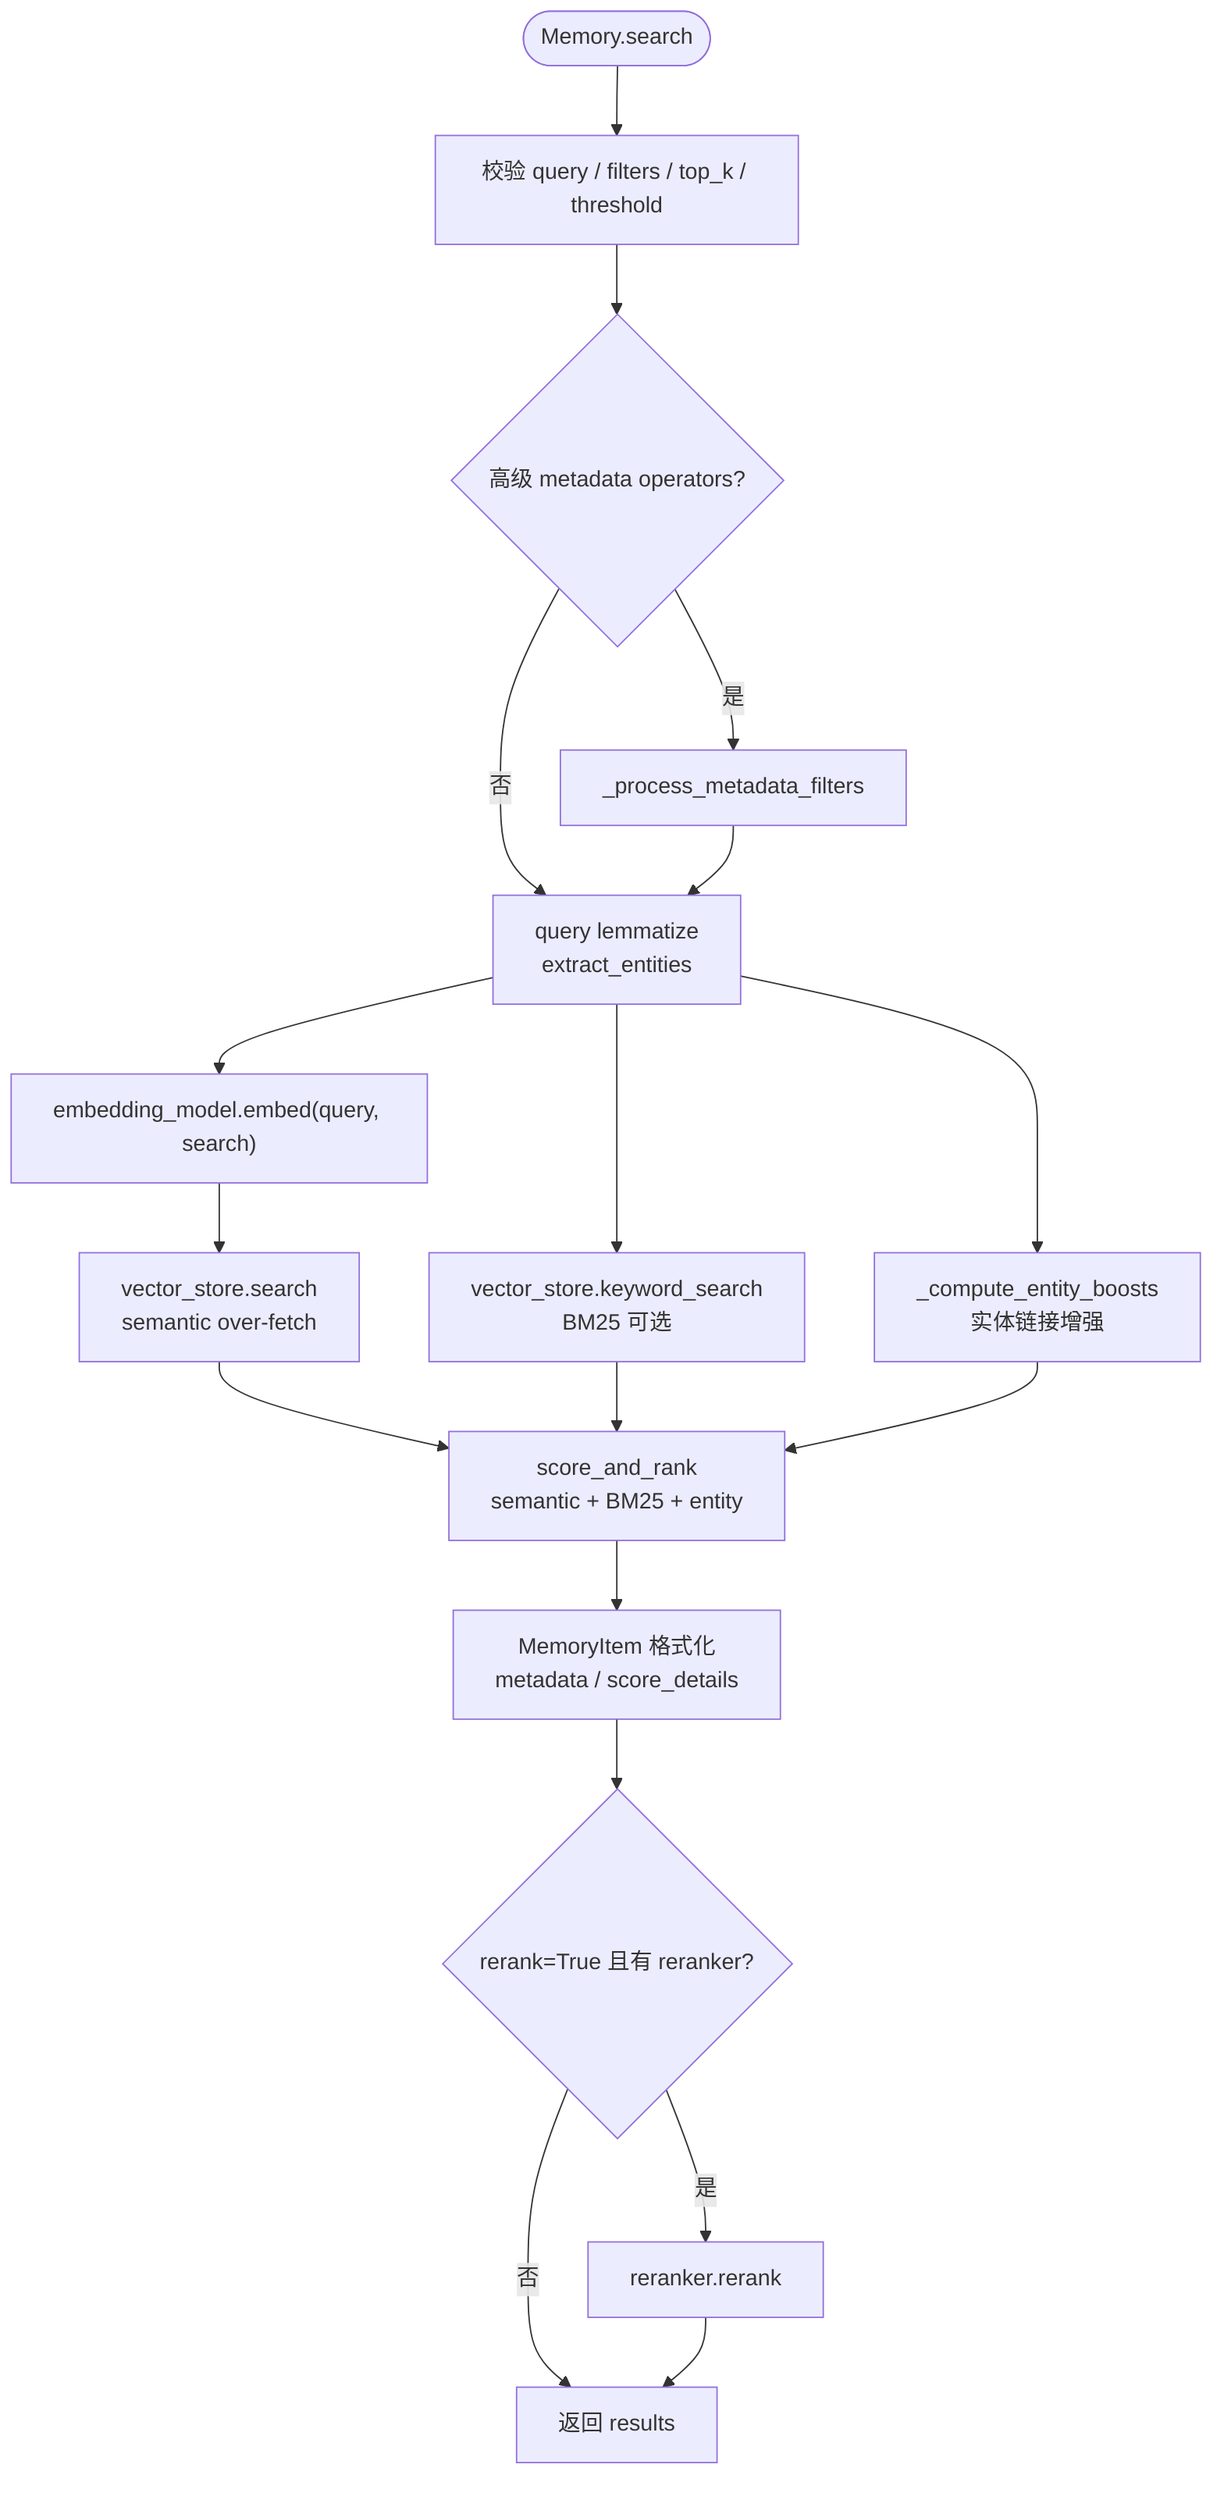
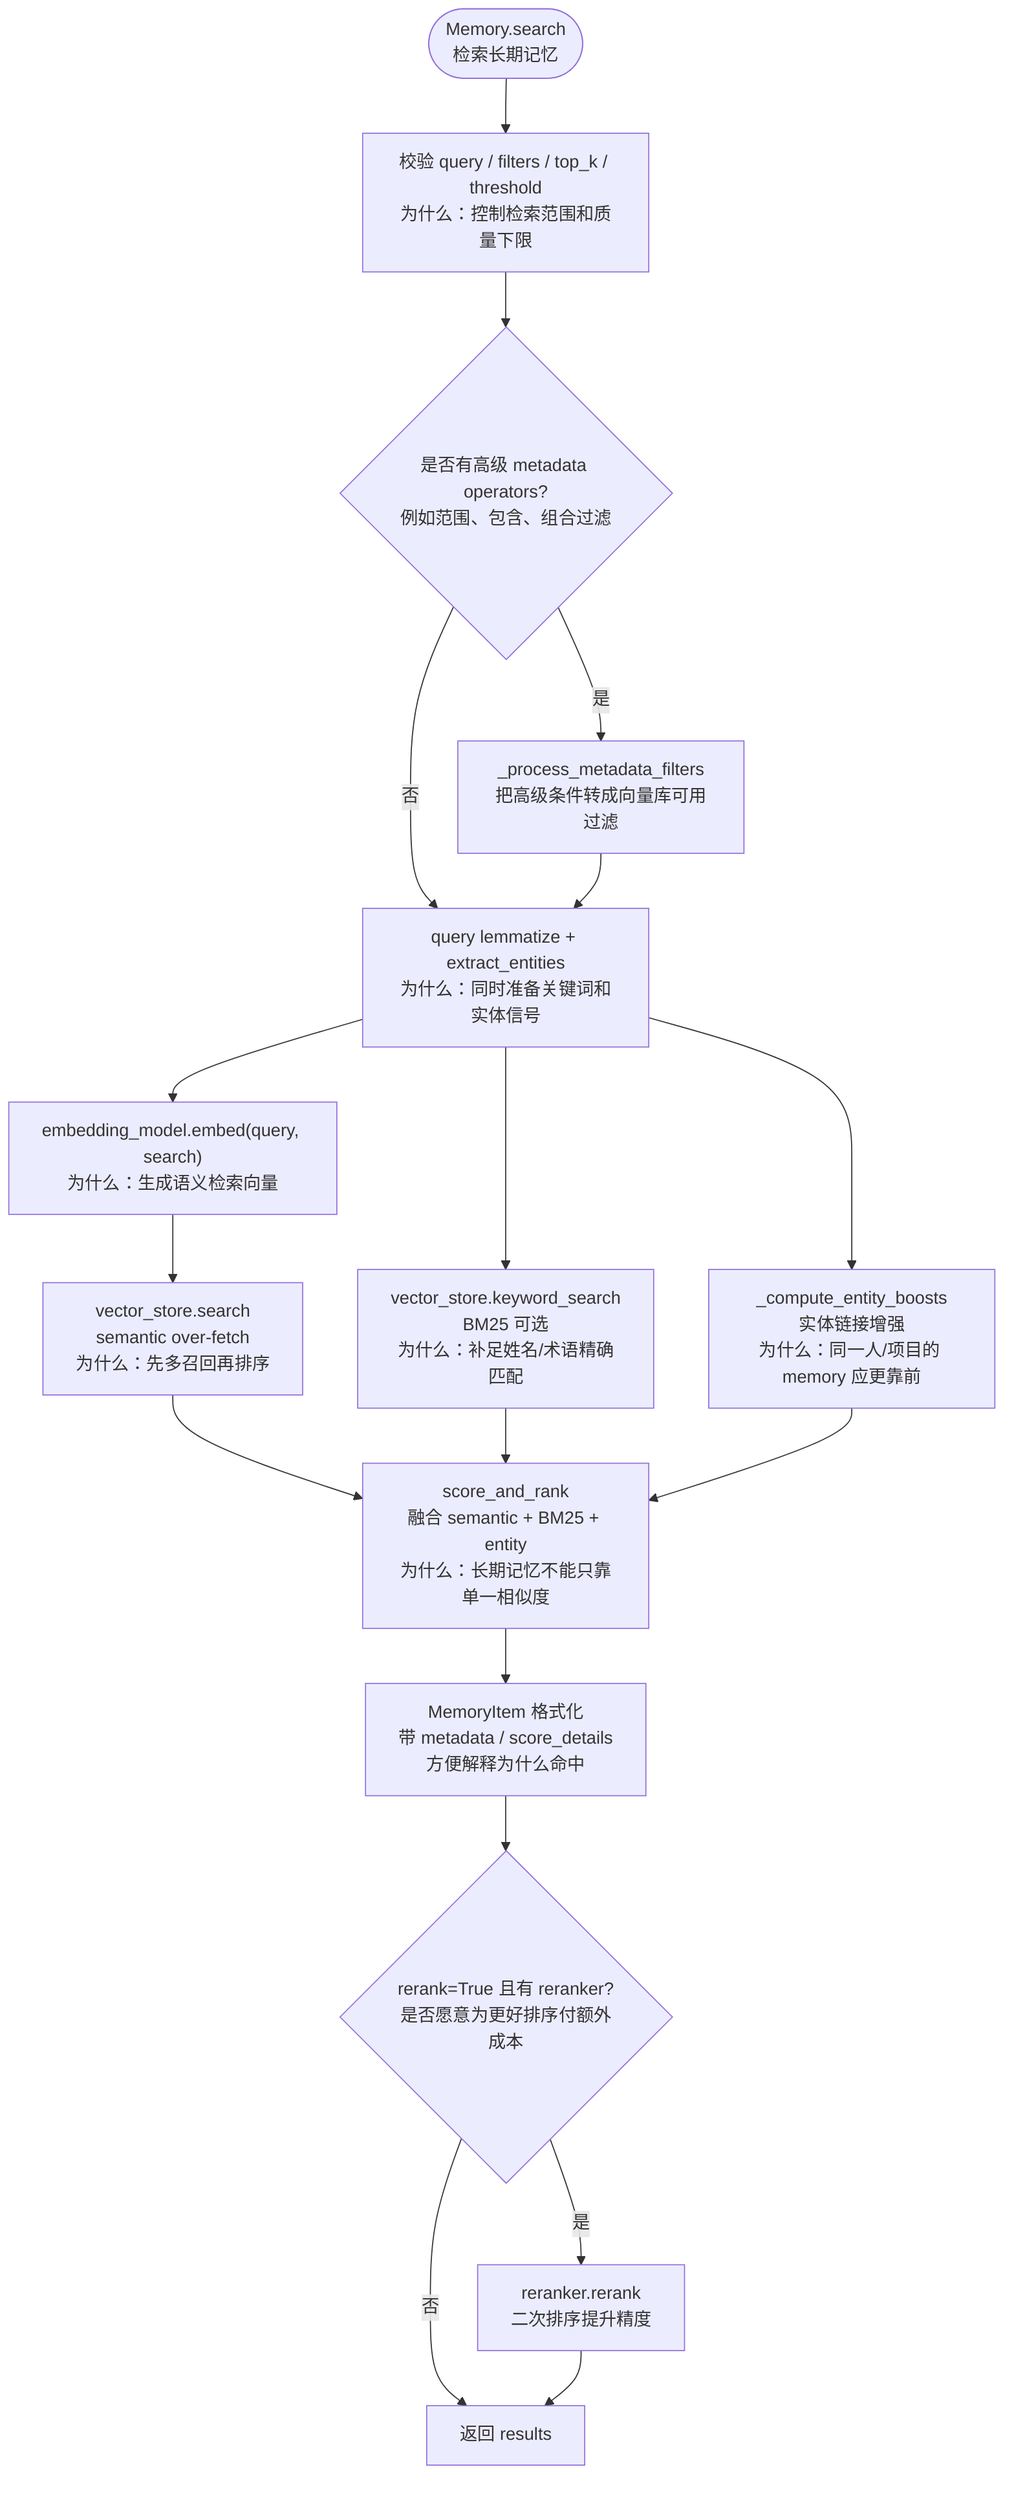
flowchart TD
-     Start([Memory.search]) --> Validate["校验 query / filters / top_k / threshold"]
-     Validate --> Advanced{"高级 metadata operators?"}
-     Advanced -->|是| Process["_process_metadata_filters"]
+     Start([Memory.search<br/>检索长期记忆]) --> Validate["校验 query / filters / top_k / threshold<br/>为什么：控制检索范围和质量下限"]
+     Validate --> Advanced{"是否有高级 metadata operators?<br/>例如范围、包含、组合过滤"}
+     Advanced -->|是| Process["_process_metadata_filters<br/>把高级条件转成向量库可用过滤"]
    Advanced -->|否| QueryPrep
-     Process --> QueryPrep["query lemmatize<br/>extract_entities"]
-     QueryPrep --> Embed["embedding_model.embed(query, search)"]
-     Embed --> Semantic["vector_store.search<br/>semantic over-fetch"]
-     QueryPrep --> Keyword["vector_store.keyword_search<br/>BM25 可选"]
-     QueryPrep --> Entity["_compute_entity_boosts<br/>实体链接增强"]
-     Semantic --> Score["score_and_rank<br/>semantic + BM25 + entity"]
+     Process --> QueryPrep["query lemmatize + extract_entities<br/>为什么：同时准备关键词和实体信号"]
+     QueryPrep --> Embed["embedding_model.embed(query, search)<br/>为什么：生成语义检索向量"]
+     Embed --> Semantic["vector_store.search<br/>semantic over-fetch<br/>为什么：先多召回再排序"]
+     QueryPrep --> Keyword["vector_store.keyword_search<br/>BM25 可选<br/>为什么：补足姓名/术语精确匹配"]
+     QueryPrep --> Entity["_compute_entity_boosts<br/>实体链接增强<br/>为什么：同一人/项目的 memory 应更靠前"]
+     Semantic --> Score["score_and_rank<br/>融合 semantic + BM25 + entity<br/>为什么：长期记忆不能只靠单一相似度"]
    Keyword --> Score
    Entity --> Score
-     Score --> Format["MemoryItem 格式化<br/>metadata / score_details"]
-     Format --> Rerank{"rerank=True 且有 reranker?"}
-     Rerank -->|是| Reranker["reranker.rerank"]
+     Score --> Format["MemoryItem 格式化<br/>带 metadata / score_details<br/>方便解释为什么命中"]
+     Format --> Rerank{"rerank=True 且有 reranker?<br/>是否愿意为更好排序付额外成本"}
+     Rerank -->|是| Reranker["reranker.rerank<br/>二次排序提升精度"]
    Rerank -->|否| Return["返回 results"]
    Reranker --> Return
